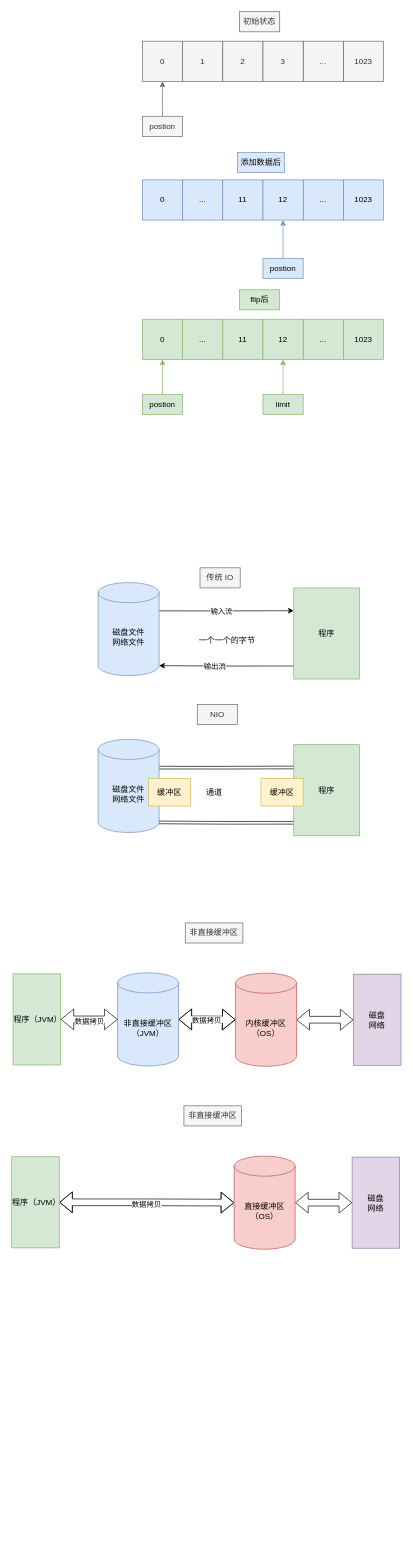
The draw.io diagram page "NIO" (13 of 13) of Untitled Diagram.drawio in itwanger/drwa.io, before the edit. Source tidied: cells renumbered, new cells numbered last; positions are measured from the earlier drawing's top-left corner, leaving out a move shared by most shapes. Both pictures are drawn from the tidied source at 67%, with x=0, y=0 at pixel (11, 11).
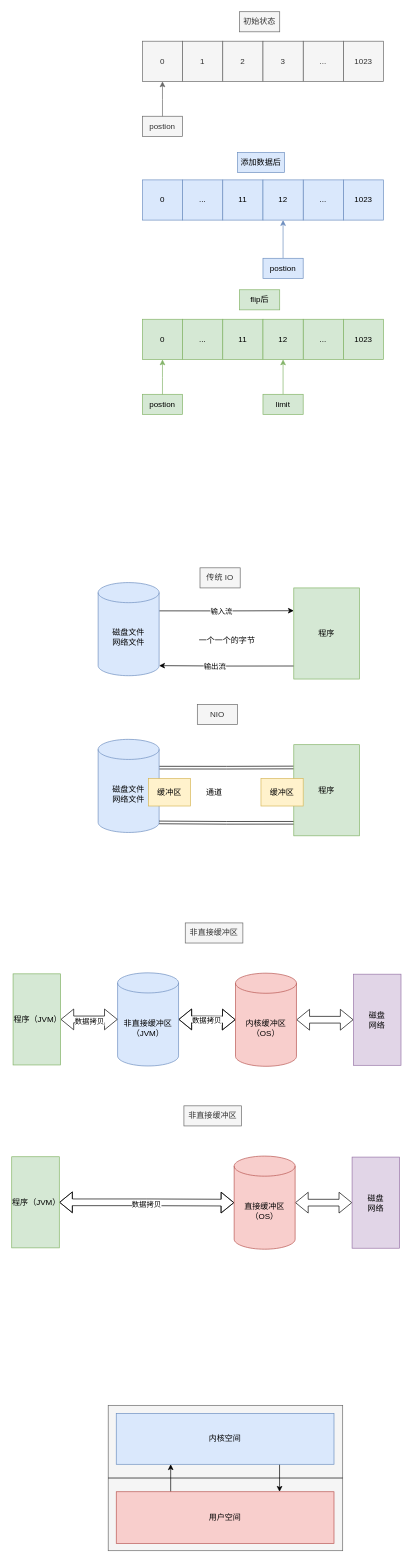
After the change.

Diff of the diagram source:
```diff
@@
+    <mxCell id="64" style="rounded=0;whiteSpace=wrap;html=1;fillColor=#f5f5f5;fontColor=#333333;strokeColor=#666666;" parent="1" vertex="1">
+      <mxGeometry x="144" y="2080" width="350" height="217" as="geometry" />
+    </mxCell>
+    <mxCell id="65" style="rounded=0;orthogonalLoop=1;jettySize=auto;html=1;exitX=0;exitY=0.5;exitDx=0;exitDy=0;entryX=1;entryY=0.5;entryDx=0;entryDy=0;endArrow=none;endFill=0;" parent="1" edge="1" source="64" target="64">
+      <mxGeometry relative="1" as="geometry" />
+    </mxCell>
+    <mxCell id="66" style="edgeStyle=orthogonalEdgeStyle;rounded=0;jettySize=auto;html=1;exitX=0.75;exitY=1;exitDx=0;exitDy=0;entryX=0.75;entryY=0;entryDx=0;entryDy=0;" parent="1" edge="1" source="67" target="69">
+      <mxGeometry relative="1" as="geometry" />
+    </mxCell>
+    <mxCell id="67" value="内核空间" style="text;html=1;strokeColor=#6c8ebf;fillColor=#dae8fc;align=center;verticalAlign=middle;whiteSpace=wrap;rounded=0;" parent="1" vertex="1">
+      <mxGeometry x="156" y="2092" width="325" height="76" as="geometry" />
+    </mxCell>
+    <mxCell id="68" style="edgeStyle=orthogonalEdgeStyle;rounded=0;jettySize=auto;html=1;exitX=0.25;exitY=0;exitDx=0;exitDy=0;entryX=0.25;entryY=1;entryDx=0;entryDy=0;" parent="1" edge="1" source="69" target="67">
+      <mxGeometry relative="1" as="geometry" />
+    </mxCell>
+    <mxCell id="69" value="用户空间" style="text;html=1;strokeColor=#b85450;fillColor=#f8cecc;align=center;verticalAlign=middle;whiteSpace=wrap;rounded=0;" parent="1" vertex="1">
+      <mxGeometry x="156" y="2209" width="325" height="77" as="geometry" />
+    </mxCell>
```
